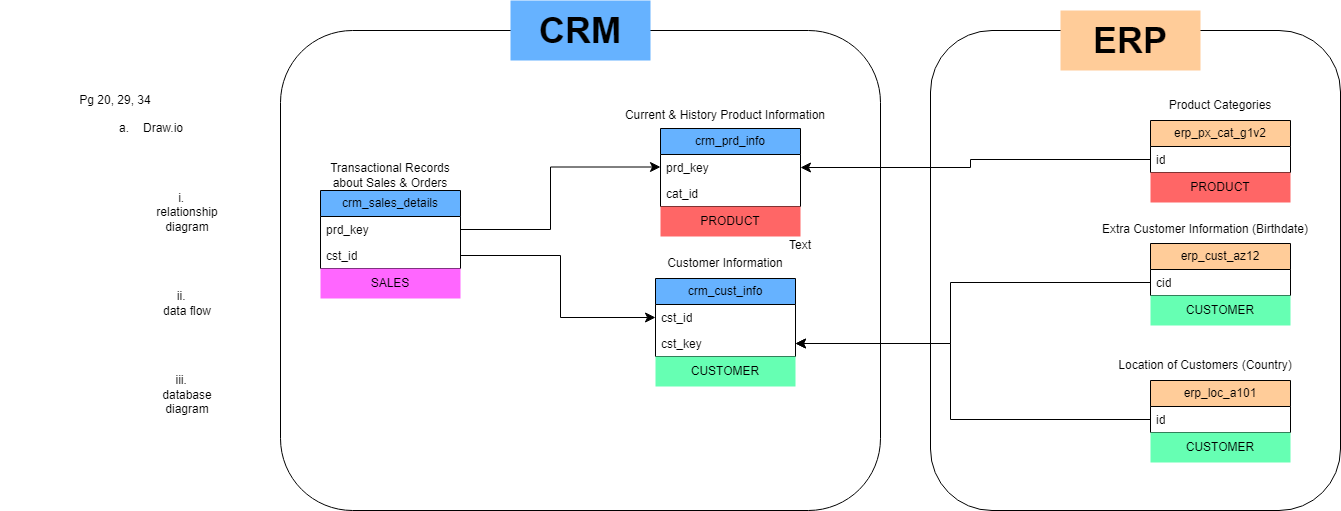
Before: docs/Relationship_Diagram.drawio.png, a diagram exported from draw.io (abelmeletyan/databricks_bootcamp_2026). Source tidied: cells renumbered, new cells last; positions are measured from the earlier drawing's top-left corner, leaving out a move shared by most shapes.
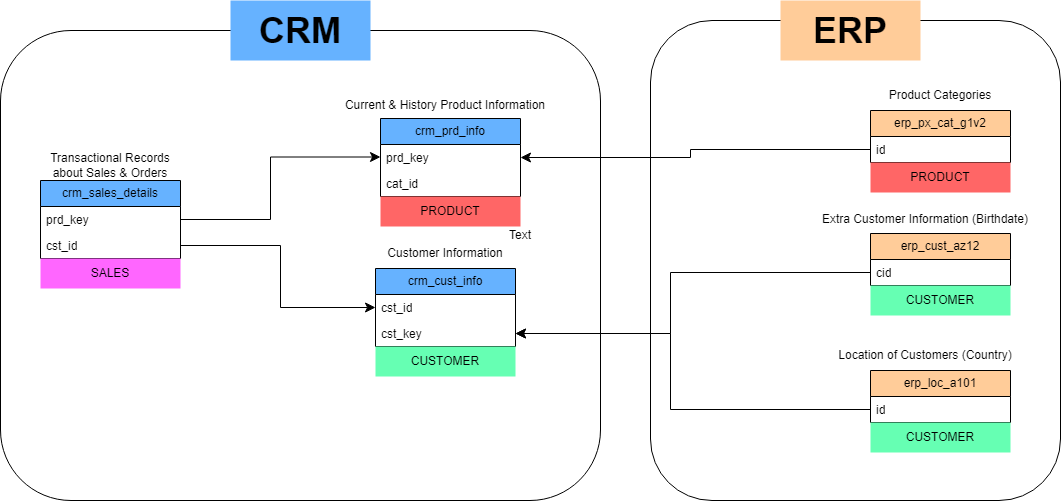
After the commit.

What changed in the source:
```diff
@@ -3,7 +3,7 @@
     <mxCell id="0" />
     <mxCell id="1" parent="0" />
     <mxCell id="2" style="rounded=1;whiteSpace=wrap;html=1;" parent="1" vertex="1">
-      <mxGeometry x="280" y="30" width="600" height="480" as="geometry" />
+      <mxGeometry x="280" y="40" width="600" height="470" as="geometry" />
     </mxCell>
     <mxCell id="3" style="rounded=1;whiteSpace=wrap;html=1;" parent="1" vertex="1">
       <mxGeometry x="930" y="30" width="410" height="480" as="geometry" />
@@ -27,7 +27,7 @@
       <mxGeometry y="52" width="140" height="26" as="geometry" />
     </mxCell>
     <mxCell id="10" value="&lt;b&gt;&lt;font style=&quot;font-size: 36px;&quot;&gt;CRM&lt;/font&gt;&lt;/b&gt;" style="text;html=1;whiteSpace=wrap;strokeColor=none;fillColor=#66B2FF;align=center;verticalAlign=middle;rounded=0;" parent="1" vertex="1">
-      <mxGeometry x="510" width="140" height="60" as="geometry" />
+      <mxGeometry x="510" y="10" width="140" height="60" as="geometry" />
     </mxCell>
     <mxCell id="11" value="crm_prd_info" style="swimlane;fontStyle=0;horizontal=1;startSize=26;fillColor=#66B2FF;whiteSpace=wrap;html=1;" parent="1" vertex="1">
       <mxGeometry x="660" y="128" width="140" height="78" as="geometry" />
@@ -88,9 +88,6 @@
         </Array>
       </mxGeometry>
     </mxCell>
-    <mxCell id="25" value="Pg 20, 29, 34&lt;div&gt;&lt;br&gt;&lt;/div&gt;&lt;div&gt;&lt;p class=&quot;MsoListParagraphCxSpFirst&quot; style=&quot;margin-top:0in;margin-right:0in;&lt;br/&gt;margin-bottom:0in;margin-left:1.0in;mso-add-space:auto;text-indent:-.25in;&lt;br/&gt;mso-list:l0 level2 lfo1&quot;&gt;a.&lt;span style=&quot;font-style: normal; font-variant: normal; font-size-adjust: none; font-language-override: normal; font-kerning: auto; font-optical-sizing: auto; font-feature-settings: normal; font-variation-settings: normal; font-stretch: normal; font-size: 7pt; line-height: normal; font-family: &amp;quot;Times New Roman&amp;quot;;&quot;&gt;&amp;nbsp;&amp;nbsp;&amp;nbsp;&amp;nbsp;&amp;nbsp; &lt;/span&gt;Draw.io&lt;/p&gt;&lt;br/&gt;&lt;br/&gt;&lt;p class=&quot;MsoListParagraphCxSpMiddle&quot; style=&quot;margin-top:0in;margin-right:0in;&lt;br/&gt;margin-bottom:0in;margin-left:1.5in;mso-add-space:auto;text-indent:-1.5in;&lt;br/&gt;mso-text-indent-alt:-9.0pt;mso-list:l0 level3 lfo1&quot;&gt;&lt;span style=&quot;font-style: normal; font-variant: normal; font-size-adjust: none; font-language-override: normal; font-kerning: auto; font-optical-sizing: auto; font-feature-settings: normal; font-variation-settings: normal; font-stretch: normal; font-size: 7pt; line-height: normal; font-family: &amp;quot;Times New Roman&amp;quot;;&quot;&gt;&amp;nbsp;&amp;nbsp;&amp;nbsp;&amp;nbsp;&amp;nbsp;&amp;nbsp;&amp;nbsp;&amp;nbsp;&amp;nbsp;&amp;nbsp;&amp;nbsp;&amp;nbsp;&amp;nbsp;&amp;nbsp;&amp;nbsp;&amp;nbsp;&amp;nbsp;&amp;nbsp;&amp;nbsp;&amp;nbsp;&amp;nbsp;&amp;nbsp;&amp;nbsp;&amp;nbsp;&amp;nbsp;&amp;nbsp;&amp;nbsp;&amp;nbsp;&amp;nbsp;&amp;nbsp;&amp;nbsp;&amp;nbsp;&amp;nbsp;&amp;nbsp;&amp;nbsp;&amp;nbsp;&amp;nbsp;&amp;nbsp;&amp;nbsp;&amp;nbsp;&amp;nbsp;&amp;nbsp;&amp;nbsp;&amp;nbsp;&amp;nbsp;&amp;nbsp;&amp;nbsp;&amp;nbsp;&amp;nbsp;&amp;nbsp;&amp;nbsp;&amp;nbsp;&amp;nbsp;&amp;nbsp;&amp;nbsp;&amp;nbsp;&amp;nbsp;&amp;nbsp;&amp;nbsp;&amp;nbsp;&amp;nbsp;&lt;br/&gt;&lt;/span&gt;i.&lt;span style=&quot;font-style: normal; font-variant: normal; font-size-adjust: none; font-language-override: normal; font-kerning: auto; font-optical-sizing: auto; font-feature-settings: normal; font-variation-settings: normal; font-stretch: normal; font-size: 7pt; line-height: normal; font-family: &amp;quot;Times New Roman&amp;quot;;&quot;&gt;&amp;nbsp;&amp;nbsp;&amp;nbsp;&amp;nbsp;&amp;nbsp;&lt;br/&gt;&lt;/span&gt;relationship diagram&lt;/p&gt;&lt;br/&gt;&lt;br/&gt;&lt;p class=&quot;MsoListParagraphCxSpMiddle&quot; style=&quot;margin-top:0in;margin-right:0in;&lt;br/&gt;margin-bottom:0in;margin-left:1.5in;mso-add-space:auto;text-indent:-1.5in;&lt;br/&gt;mso-text-indent-alt:-9.0pt;mso-list:l0 level3 lfo1&quot;&gt;&lt;span style=&quot;font-style: normal; font-variant: normal; font-size-adjust: none; font-language-override: normal; font-kerning: auto; font-optical-sizing: auto; font-feature-settings: normal; font-variation-settings: normal; font-stretch: normal; font-size: 7pt; line-height: normal; font-family: &amp;quot;Times New Roman&amp;quot;;&quot;&gt;&amp;nbsp;&amp;nbsp;&amp;nbsp;&amp;nbsp;&amp;nbsp;&amp;nbsp;&amp;nbsp;&amp;nbsp;&amp;nbsp;&amp;nbsp;&amp;nbsp;&amp;nbsp;&amp;nbsp;&amp;nbsp;&amp;nbsp;&amp;nbsp;&amp;nbsp;&amp;nbsp;&amp;nbsp;&amp;nbsp;&amp;nbsp;&amp;nbsp;&amp;nbsp;&amp;nbsp;&amp;nbsp;&amp;nbsp;&amp;nbsp;&amp;nbsp;&amp;nbsp;&amp;nbsp;&amp;nbsp;&amp;nbsp;&amp;nbsp;&amp;nbsp;&amp;nbsp;&amp;nbsp;&amp;nbsp;&amp;nbsp;&amp;nbsp;&amp;nbsp;&amp;nbsp;&amp;nbsp;&amp;nbsp;&amp;nbsp;&amp;nbsp;&amp;nbsp;&amp;nbsp;&amp;nbsp;&amp;nbsp;&amp;nbsp;&amp;nbsp;&amp;nbsp;&amp;nbsp;&amp;nbsp;&amp;nbsp;&amp;nbsp;&amp;nbsp;&amp;nbsp;&amp;nbsp;&amp;nbsp;&lt;br/&gt;&lt;/span&gt;ii.&lt;span style=&quot;font-style: normal; font-variant: normal; font-size-adjust: none; font-language-override: normal; font-kerning: auto; font-optical-sizing: auto; font-feature-settings: normal; font-variation-settings: normal; font-stretch: normal; font-size: 7pt; line-height: normal; font-family: &amp;quot;Times New Roman&amp;quot;;&quot;&gt;&amp;nbsp;&amp;nbsp;&amp;nbsp;&amp;nbsp;&amp;nbsp;&lt;br/&gt;&lt;/span&gt;data flow&lt;/p&gt;&lt;br/&gt;&lt;br/&gt;&lt;p class=&quot;MsoListParagraphCxSpLast&quot; style=&quot;margin-top:0in;margin-right:0in;&lt;br/&gt;margin-bottom:0in;margin-left:1.5in;mso-add-space:auto;text-indent:-1.5in;&lt;br/&gt;mso-text-indent-alt:-9.0pt;mso-list:l0 level3 lfo1&quot;&gt;&lt;span style=&quot;font-style: normal; font-variant: normal; font-size-adjust: none; font-language-override: normal; font-kerning: auto; font-optical-sizing: auto; font-feature-settings: normal; font-variation-settings: normal; font-stretch: normal; font-size: 7pt; line-height: normal; font-family: &amp;quot;Times New Roman&amp;quot;;&quot;&gt;&amp;nbsp;&amp;nbsp;&amp;nbsp;&amp;nbsp;&amp;nbsp;&amp;nbsp;&amp;nbsp;&amp;nbsp;&amp;nbsp;&amp;nbsp;&amp;nbsp;&amp;nbsp;&amp;nbsp;&amp;nbsp;&amp;nbsp;&amp;nbsp;&amp;nbsp;&amp;nbsp;&amp;nbsp;&amp;nbsp;&amp;nbsp;&amp;nbsp;&amp;nbsp;&amp;nbsp;&amp;nbsp;&amp;nbsp;&amp;nbsp;&amp;nbsp;&amp;nbsp;&amp;nbsp;&amp;nbsp;&amp;nbsp;&amp;nbsp;&amp;nbsp;&amp;nbsp;&amp;nbsp;&amp;nbsp;&amp;nbsp;&amp;nbsp;&amp;nbsp;&amp;nbsp;&amp;nbsp;&amp;nbsp;&amp;nbsp;&amp;nbsp;&amp;nbsp;&amp;nbsp;&amp;nbsp;&amp;nbsp;&amp;nbsp;&amp;nbsp;&amp;nbsp;&amp;nbsp;&amp;nbsp;&amp;nbsp;&amp;nbsp;&amp;nbsp;&amp;nbsp;&lt;br/&gt;&lt;/span&gt;iii.&lt;span style=&quot;font-style: normal; font-variant: normal; font-size-adjust: none; font-language-override: normal; font-kerning: auto; font-optical-sizing: auto; font-feature-settings: normal; font-variation-settings: normal; font-stretch: normal; font-size: 7pt; line-height: normal; font-family: &amp;quot;Times New Roman&amp;quot;;&quot;&gt;&amp;nbsp;&amp;nbsp;&amp;nbsp;&amp;nbsp;&amp;nbsp;&lt;br/&gt;&lt;/span&gt;database diagram&lt;/p&gt;&lt;/div&gt;" style="text;html=1;whiteSpace=wrap;strokeColor=none;fillColor=none;align=center;verticalAlign=middle;rounded=0;" parent="1" vertex="1">
-      <mxGeometry y="80" width="230" height="360" as="geometry" />
-    </mxCell>
     <mxCell id="26" value="Transactional Records about Sales &amp;amp; Orders" style="text;html=1;whiteSpace=wrap;strokeColor=none;fillColor=none;align=center;verticalAlign=middle;rounded=0;" parent="1" vertex="1">
       <mxGeometry x="320" y="160" width="140" height="30" as="geometry" />
     </mxCell>
```
